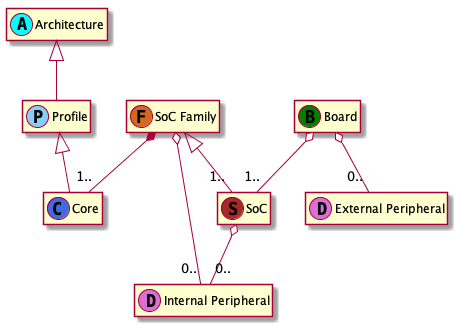
Before: docs/design-documents/general/res/hardware_support_class.png, a diagram exported from PlantUML (bulislaw/mbed-os). Source of this version:
```plantuml
@startuml
class Architecture << (A,aqua) >>
class Profile << (P,LightSkyBlue) >>
class Core << (C,RoyalBlue) >>
class "SoC Family" << (F,Chocolate) >>
class SoC << (S,Brown) >>
class "Internal Peripheral" << (D,Orchid) >>
class "External Peripheral" << (D,Orchid) >>
class Board << (B,Green) >>

Board o-- "1.." SoC
"SoC Family" <|-- "1.." SoC
"SoC Family" *-- "1.." Core
Profile <|-- Core
Architecture <|-- Profile
Board o-- "0.." "External Peripheral"
SoC o-- "0.." "Internal Peripheral"
"SoC Family" o-- "0.." "Internal Peripheral"
hide members
@enduml
```
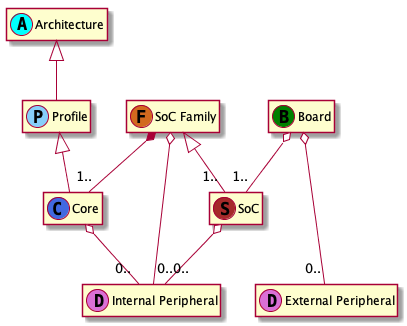
After the change.

What changed in the source:
```diff
@@ -4,8 +4,10 @@
 class Core << (C,RoyalBlue) >>
 class "SoC Family" << (F,Chocolate) >>
 class SoC << (S,Brown) >>
+together {
 class "Internal Peripheral" << (D,Orchid) >>
 class "External Peripheral" << (D,Orchid) >>
+}
 class Board << (B,Green) >>
 
 Board o-- "1.." SoC
@@ -15,6 +17,7 @@
 Architecture <|-- Profile
 Board o-- "0.." "External Peripheral"
 SoC o-- "0.." "Internal Peripheral"
+Core o-- "0.." "Internal Peripheral"
 "SoC Family" o-- "0.." "Internal Peripheral"
 hide members
 @enduml
```
